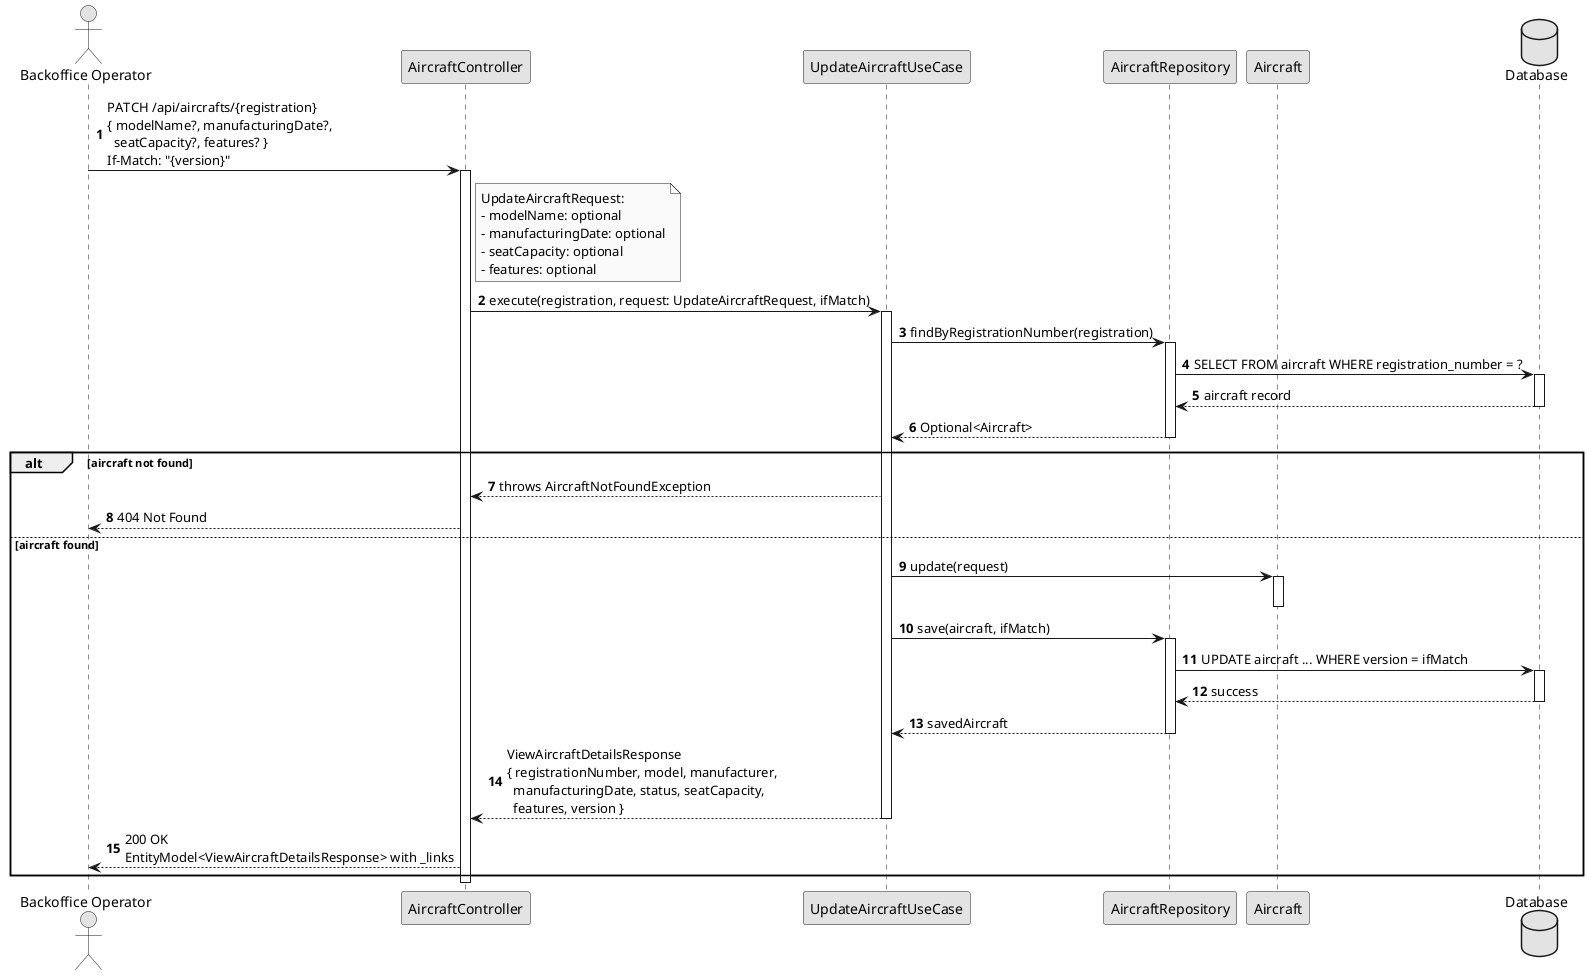
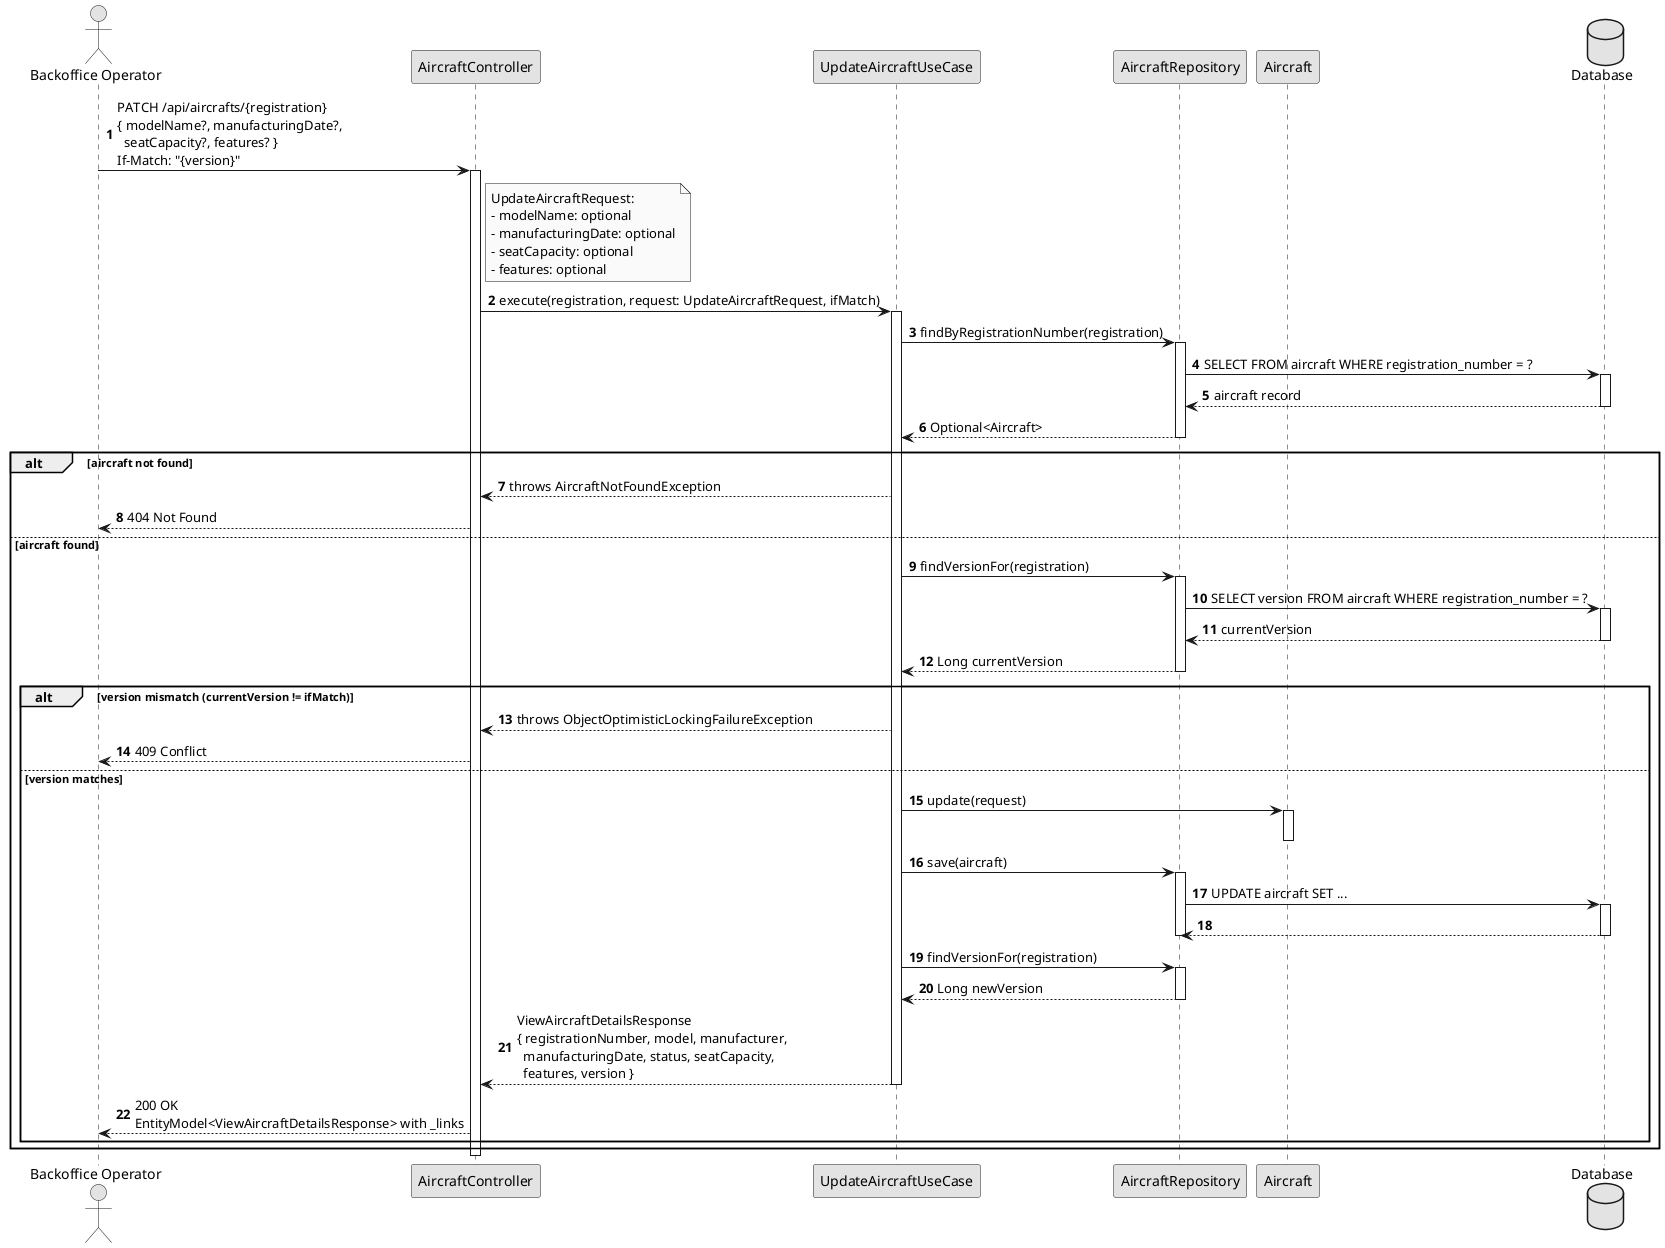
@startuml sd_us106
autonumber
skinparam monochrome true
skinparam packageStyle rect
skinparam shadowing false

actor "Backoffice Operator" as BO
participant "AircraftController" as Ctrl
participant "UpdateAircraftUseCase" as UC
participant "AircraftRepository" as Repo
participant "Aircraft" as Aircraft
database "Database" as DB

BO -> Ctrl : PATCH /api/aircrafts/{registration}\n{ modelName?, manufacturingDate?,\n  seatCapacity?, features? }\nIf-Match: "{version}"
activate Ctrl

note right of Ctrl
  UpdateAircraftRequest:
  - modelName: optional
  - manufacturingDate: optional
  - seatCapacity: optional
  - features: optional
end note

Ctrl -> UC : execute(registration, request: UpdateAircraftRequest, ifMatch)
activate UC

UC -> Repo : findByRegistrationNumber(registration)
activate Repo
Repo -> DB : SELECT FROM aircraft WHERE registration_number = ?
activate DB
DB --> Repo : aircraft record
deactivate DB
Repo --> UC : Optional<Aircraft>
deactivate Repo

alt aircraft not found
    UC --> Ctrl : throws AircraftNotFoundException
    Ctrl --> BO : 404 Not Found
else aircraft found
-     UC -> Aircraft : update(request)
-     activate Aircraft
-     deactivate Aircraft
-     UC -> Repo : save(aircraft, ifMatch)
+     UC -> Repo : findVersionFor(registration)
    activate Repo
-     Repo -> DB : UPDATE aircraft ... WHERE version = ifMatch
+     Repo -> DB : SELECT version FROM aircraft WHERE registration_number = ?
    activate DB
-     DB --> Repo : success
+     DB --> Repo : currentVersion
    deactivate DB
-     Repo --> UC : savedAircraft
+     Repo --> UC : Long currentVersion
    deactivate Repo
-     UC --> Ctrl : ViewAircraftDetailsResponse\n{ registrationNumber, model, manufacturer,\n  manufacturingDate, status, seatCapacity,\n  features, version }
-     deactivate UC
-     Ctrl --> BO : 200 OK\nEntityModel<ViewAircraftDetailsResponse> with _links
+     alt version mismatch (currentVersion != ifMatch)
+         UC --> Ctrl : throws ObjectOptimisticLockingFailureException
+         Ctrl --> BO : 409 Conflict
+     else version matches
+         UC -> Aircraft : update(request)
+         activate Aircraft
+         deactivate Aircraft
+         UC -> Repo : save(aircraft)
+         activate Repo
+         Repo -> DB : UPDATE aircraft SET ...
+         activate DB
+         DB --> Repo
+         deactivate DB
+         deactivate Repo
+         UC -> Repo : findVersionFor(registration)
+         activate Repo
+         Repo --> UC : Long newVersion
+         deactivate Repo
+         UC --> Ctrl : ViewAircraftDetailsResponse\n{ registrationNumber, model, manufacturer,\n  manufacturingDate, status, seatCapacity,\n  features, version }
+         deactivate UC
+         Ctrl --> BO : 200 OK\nEntityModel<ViewAircraftDetailsResponse> with _links
+     end
end

deactivate Ctrl
@enduml
